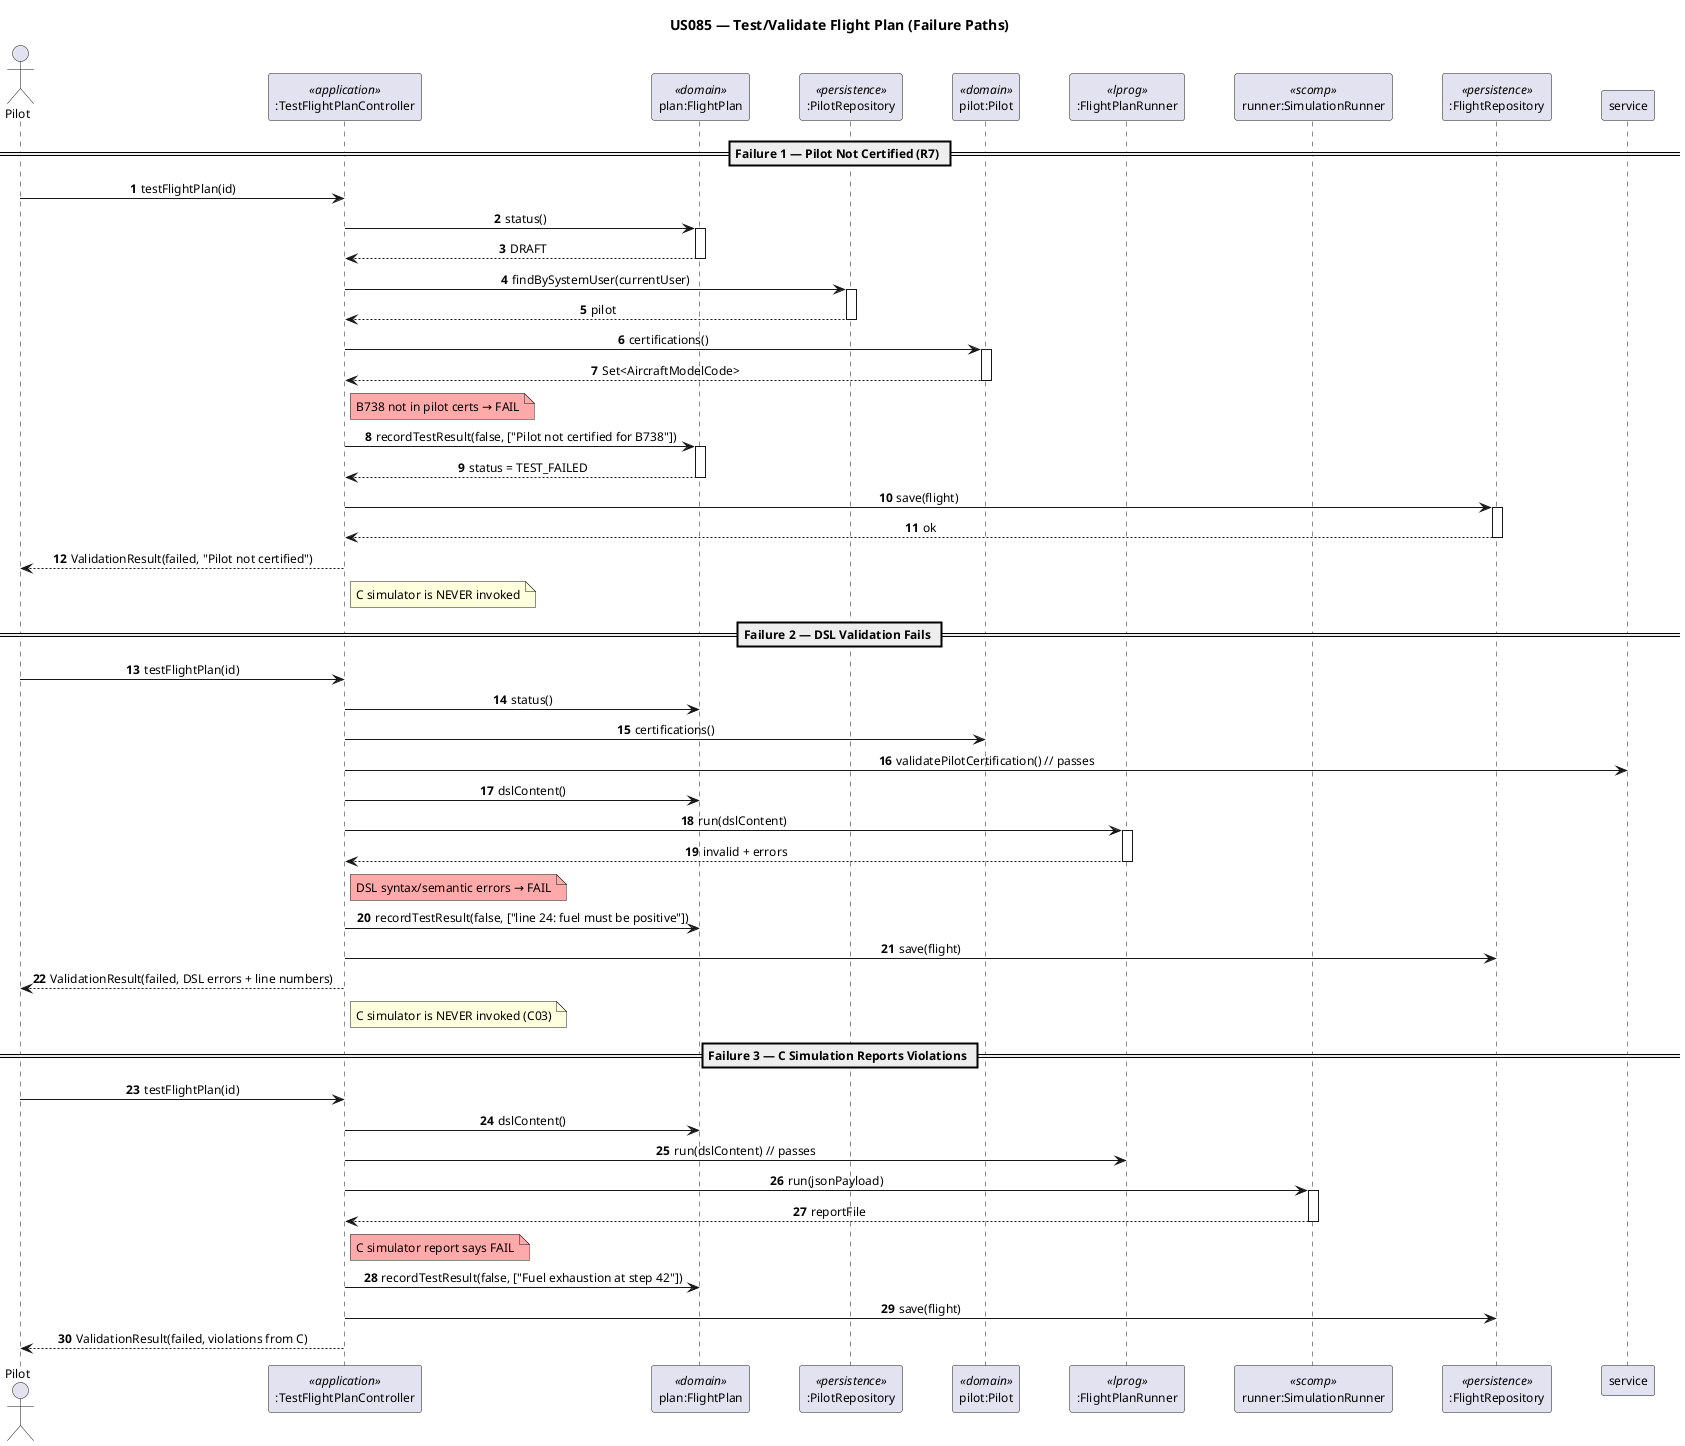
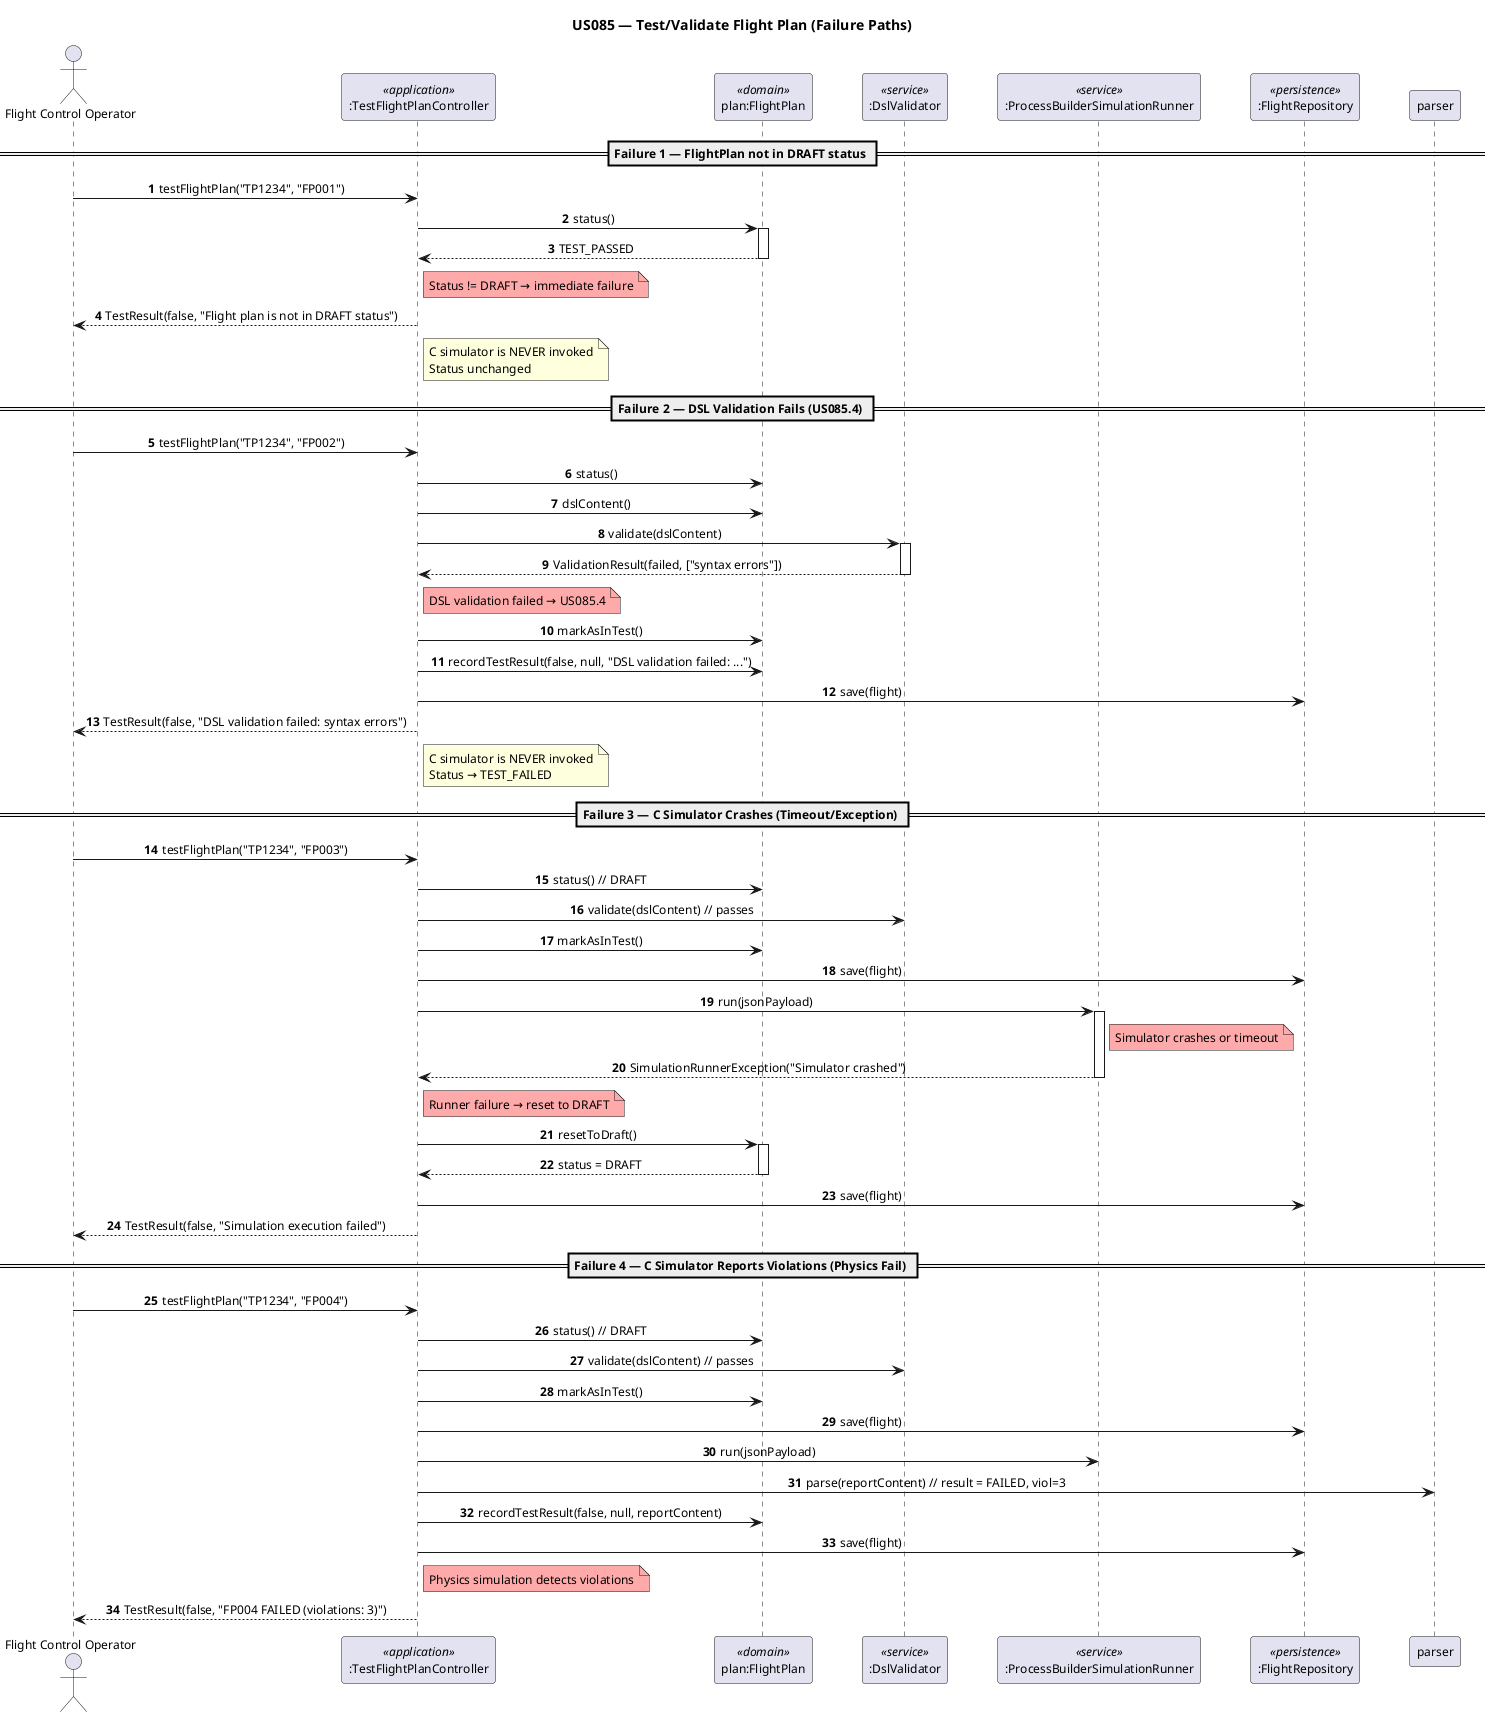
@startuml sd_us085_validation_failures
title US085 — Test/Validate Flight Plan (Failure Paths)

skinparam sequenceMessageAlign center
skinparam defaultFontName Arial
skinparam defaultFontSize 12
skinparam ParticipantPadding 20

autonumber

- actor "Pilot" as actor
+ actor "Flight Control Operator" as actor
participant ":TestFlightPlanController"        as ctrl        <<application>>
participant "plan:FlightPlan"                  as plan        <<domain>>
- participant ":PilotRepository"                 as pilot_repo  <<persistence>>
- participant "pilot:Pilot"                      as pilot       <<domain>>
- participant ":FlightPlanRunner"                as dsl         <<lprog>>
- participant "runner:SimulationRunner"          as sim         <<scomp>>
+ participant ":DslValidator"                    as dsl         <<service>>
+ participant ":ProcessBuilderSimulationRunner"  as runner      <<service>>
participant ":FlightRepository"                as repo        <<persistence>>

- == Failure 1 — Pilot Not Certified (R7) ==
+ == Failure 1 — FlightPlan not in DRAFT status ==

- actor -> ctrl : testFlightPlan(id)
+ actor -> ctrl : testFlightPlan("TP1234", "FP001")

ctrl -> plan : status()
activate plan
- plan --> ctrl : DRAFT
+ plan --> ctrl : TEST_PASSED
deactivate plan

- ctrl -> pilot_repo : findBySystemUser(currentUser)
- activate pilot_repo
- pilot_repo --> ctrl : pilot
- deactivate pilot_repo
+ note right of ctrl #FFAAAA : Status != DRAFT → immediate failure

- ctrl -> pilot : certifications()
- activate pilot
- pilot --> ctrl : Set<AircraftModelCode>
- deactivate pilot
+ ctrl --> actor : TestResult(false, "Flight plan is not in DRAFT status")

- note right of ctrl #FFAAAA : B738 not in pilot certs → FAIL
+ note right of ctrl : C simulator is NEVER invoked\nStatus unchanged

- ctrl -> plan : recordTestResult(false, ["Pilot not certified for B738"])
- activate plan
- plan --> ctrl : status = TEST_FAILED
- deactivate plan
+ == Failure 2 — DSL Validation Fails (US085.4) ==

- ctrl -> repo : save(flight)
- activate repo
- repo --> ctrl : ok
- deactivate repo
- 
- ctrl --> actor : ValidationResult(failed, "Pilot not certified")
- 
- note right of ctrl : C simulator is NEVER invoked
- 
- == Failure 2 — DSL Validation Fails ==
- 
- actor -> ctrl : testFlightPlan(id)
+ actor -> ctrl : testFlightPlan("TP1234", "FP002")

ctrl -> plan : status()
- ctrl -> pilot : certifications()
- ctrl -> service : validatePilotCertification() // passes
- 
ctrl -> plan : dslContent()
- ctrl -> dsl : run(dslContent)
+ ctrl -> dsl : validate(dslContent)
activate dsl
- dsl --> ctrl : invalid + errors
+ dsl --> ctrl : ValidationResult(failed, ["syntax errors"])
deactivate dsl

- note right of ctrl #FFAAAA : DSL syntax/semantic errors → FAIL
+ note right of ctrl #FFAAAA : DSL validation failed → US085.4

- ctrl -> plan : recordTestResult(false, ["line 24: fuel must be positive"])
+ ctrl -> plan : markAsInTest()
+ ctrl -> plan : recordTestResult(false, null, "DSL validation failed: ...")
ctrl -> repo : save(flight)

- ctrl --> actor : ValidationResult(failed, DSL errors + line numbers)
+ ctrl --> actor : TestResult(false, "DSL validation failed: syntax errors")

- note right of ctrl : C simulator is NEVER invoked (C03)
+ note right of ctrl : C simulator is NEVER invoked\nStatus → TEST_FAILED

- == Failure 3 — C Simulation Reports Violations ==
+ == Failure 3 — C Simulator Crashes (Timeout/Exception) ==

- actor -> ctrl : testFlightPlan(id)
+ actor -> ctrl : testFlightPlan("TP1234", "FP003")

- ctrl -> plan : dslContent()
- ctrl -> dsl : run(dslContent) // passes
- 
- ctrl -> sim : run(jsonPayload)
- activate sim
- sim --> ctrl : reportFile
- deactivate sim
- 
- note right of ctrl #FFAAAA : C simulator report says FAIL
- 
- ctrl -> plan : recordTestResult(false, ["Fuel exhaustion at step 42"])
+ ctrl -> plan : status() // DRAFT
+ ctrl -> dsl : validate(dslContent) // passes
+ ctrl -> plan : markAsInTest()
ctrl -> repo : save(flight)

- ctrl --> actor : ValidationResult(failed, violations from C)
+ ctrl -> runner : run(jsonPayload)
+ activate runner
+ note right of runner #FFAAAA : Simulator crashes or timeout
+ runner --> ctrl : SimulationRunnerException("Simulator crashed")
+ deactivate runner
+ 
+ note right of ctrl #FFAAAA : Runner failure → reset to DRAFT
+ 
+ ctrl -> plan : resetToDraft()
+ activate plan
+ plan --> ctrl : status = DRAFT
+ deactivate plan
+ ctrl -> repo : save(flight)
+ 
+ ctrl --> actor : TestResult(false, "Simulation execution failed")
+ 
+ == Failure 4 — C Simulator Reports Violations (Physics Fail) ==
+ 
+ actor -> ctrl : testFlightPlan("TP1234", "FP004")
+ 
+ ctrl -> plan : status() // DRAFT
+ ctrl -> dsl : validate(dslContent) // passes
+ ctrl -> plan : markAsInTest()
+ ctrl -> repo : save(flight)
+ ctrl -> runner : run(jsonPayload)
+ ctrl -> parser : parse(reportContent) // result = FAILED, viol=3
+ ctrl -> plan : recordTestResult(false, null, reportContent)
+ ctrl -> repo : save(flight)
+ 
+ note right of ctrl #FFAAAA : Physics simulation detects violations
+ 
+ ctrl --> actor : TestResult(false, "FP004 FAILED (violations: 3)")

@enduml
